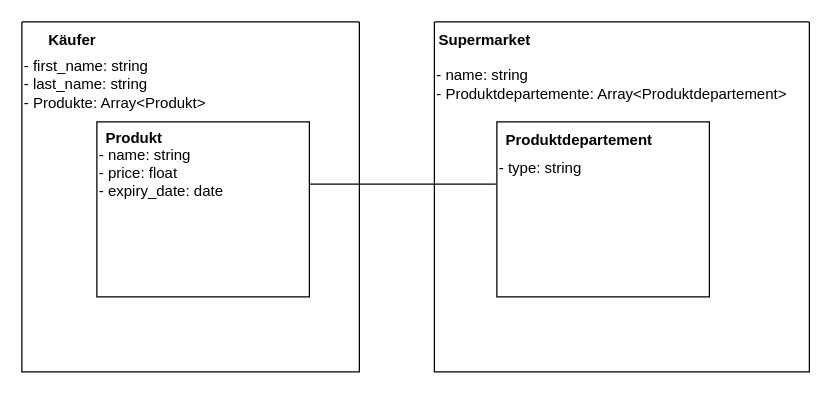
Before: KN02/KN02B.drawio in nikhilango/M164, a draw.io diagram. Source tidied: cells renumbered, new cells numbered last; positions are measured from the earlier drawing's top-left corner, leaving out a move shared by most shapes. Both pictures are drawn from the tidied source at 125%, with x=0, y=0 at pixel (21, 21).
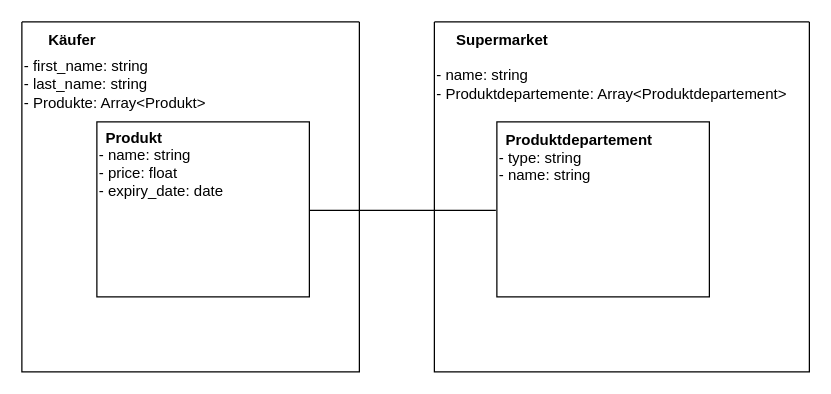
The same diagram, later.

Diff of the diagram source:
```diff
@@
 <mxGraphModel>
   <root>
     <mxCell id="0" />
     <mxCell id="1" parent="0" />
     <mxCell id="2" style="swimlane;startSize=0;" parent="1" vertex="1">
       <mxGeometry width="270" height="280" as="geometry" />
     </mxCell>
     <mxCell id="3" style="whiteSpace=wrap;html=1;" parent="2" vertex="1">
       <mxGeometry x="60" y="80" width="170" height="140" as="geometry" />
     </mxCell>
     <mxCell id="4" value="&lt;b&gt;Produkt&lt;/b&gt;" style="text;html=1;align=center;verticalAlign=middle;whiteSpace=wrap;rounded=0;" parent="2" vertex="1">
       <mxGeometry x="60" y="78" width="60" height="30" as="geometry" />
     </mxCell>
     <mxCell id="5" value="- name: string&lt;br&gt;&lt;div&gt;&lt;span style=&quot;background-color: initial;&quot;&gt;- price: float&lt;/span&gt;&lt;/div&gt;&lt;div&gt;- expiry_date: date&lt;span style=&quot;background-color: initial;&quot;&gt;&lt;br&gt;&lt;/span&gt;&lt;br&gt;&lt;/div&gt;" style="text;html=1;align=left;verticalAlign=middle;strokeColor=none;fillColor=none;" parent="2" vertex="1">
       <mxGeometry x="60" y="93" width="120" height="70" as="geometry" />
     </mxCell>
     <mxCell id="6" value="&lt;span style=&quot;&quot;&gt;- first_name: string&lt;/span&gt;&lt;div&gt;&lt;span style=&quot;&quot;&gt;- last_name: string&lt;/span&gt;&lt;div&gt;&lt;span style=&quot;background-color: initial;&quot;&gt;- Produkte&lt;/span&gt;&lt;span style=&quot;background-color: initial;&quot;&gt;: Array&lt;/span&gt;&lt;span style=&quot;background-color: initial;&quot;&gt;&amp;lt;Produkt&amp;gt;&lt;/span&gt;&lt;/div&gt;&lt;/div&gt;" style="text;html=1;align=left;verticalAlign=middle;strokeColor=none;fillColor=none;" parent="2" vertex="1">
       <mxGeometry y="20" width="170" height="60" as="geometry" />
     </mxCell>
     <mxCell id="7" value="&lt;b&gt;Käufer&lt;/b&gt;" style="text;html=1;align=center;verticalAlign=middle;strokeColor=none;fillColor=none;" parent="2" vertex="1">
       <mxGeometry x="10" width="60" height="30" as="geometry" />
     </mxCell>
     <mxCell id="8" style="whiteSpace=wrap;html=1;" parent="1" vertex="1">
       <mxGeometry x="380" y="80" width="170" height="140" as="geometry" />
     </mxCell>
     <mxCell id="9" value="&lt;b&gt;Produktdepartement&lt;/b&gt;" style="text;html=1;align=center;verticalAlign=middle;whiteSpace=wrap;rounded=0;" parent="1" vertex="1">
       <mxGeometry x="386" y="80" width="120" height="30" as="geometry" />
     </mxCell>
-    <mxCell id="10" value="&lt;div&gt;&lt;span style=&quot;background-color: initial;&quot;&gt;- type: string&lt;/span&gt;&lt;/div&gt;&lt;div&gt;&lt;span style=&quot;background-color: initial;&quot;&gt;&lt;br&gt;&lt;/span&gt;&lt;/div&gt;&lt;div&gt;&lt;br&gt;&lt;/div&gt;" style="text;html=1;align=left;verticalAlign=middle;points=[];strokeColor=none;fillColor=none;" parent="1" vertex="1">
-      <mxGeometry x="380" y="101" width="90" height="60" as="geometry" />
+    <mxCell id="10" value="&lt;div&gt;&lt;span style=&quot;background-color: initial;&quot;&gt;- type: string&lt;/span&gt;&lt;/div&gt;&lt;div&gt;&lt;span style=&quot;background-color: initial;&quot;&gt;- name: string&lt;/span&gt;&lt;/div&gt;&lt;div&gt;&lt;br&gt;&lt;/div&gt;" style="text;html=1;align=left;verticalAlign=middle;points=[];strokeColor=none;fillColor=none;" parent="1" vertex="1">
+      <mxGeometry x="380" y="93" width="100" height="60" as="geometry" />
     </mxCell>
-    <mxCell id="11" style="endArrow=none;html=1;rounded=0;exitX=-0.009;exitY=0.479;exitDx=0;exitDy=0;entryX=0.999;entryY=0.355;entryDx=0;entryDy=0;entryPerimeter=0;exitPerimeter=0;" parent="1" edge="1" source="10" target="3">
-      <mxGeometry relative="1" as="geometry" />
+    <mxCell id="11" style="endArrow=none;html=1;rounded=0;exitX=-0.009;exitY=0.479;exitDx=0;exitDy=0;entryX=0.999;entryY=0.355;entryDx=0;entryDy=0;entryPerimeter=0;exitPerimeter=0;" parent="1" edge="1">
+      <mxGeometry relative="1" as="geometry">
+        <mxPoint x="379.2" y="150.7" as="sourcePoint" />
+        <mxPoint x="229.8" y="150.7" as="targetPoint" />
+      </mxGeometry>
     </mxCell>
     <mxCell id="12" style="swimlane;startSize=0;" parent="1" vertex="1">
       <mxGeometry x="330" width="300" height="280" as="geometry" />
     </mxCell>
     <mxCell id="13" value="&lt;span style=&quot;&quot;&gt;- name: string&lt;/span&gt;&lt;div&gt;&lt;div&gt;&lt;span style=&quot;background-color: initial;&quot;&gt;- Produktdepartemente&lt;/span&gt;&lt;span style=&quot;background-color: initial;&quot;&gt;: Array&lt;/span&gt;&lt;span style=&quot;background-color: initial;&quot;&gt;&amp;lt;Produktdepartement&amp;gt;&lt;/span&gt;&lt;/div&gt;&lt;/div&gt;" style="text;html=1;align=left;verticalAlign=middle;strokeColor=none;fillColor=none;" parent="12" vertex="1">
       <mxGeometry y="30" width="300" height="40" as="geometry" />
     </mxCell>
     <mxCell id="14" value="&lt;b&gt;Supermarket&lt;/b&gt;" style="text;html=1;align=center;verticalAlign=middle;strokeColor=none;fillColor=none;" parent="12" vertex="1">
-      <mxGeometry x="-10" width="100" height="30" as="geometry" />
+      <mxGeometry x="4" width="100" height="30" as="geometry" />
     </mxCell>
   </root>
 </mxGraphModel>
```
